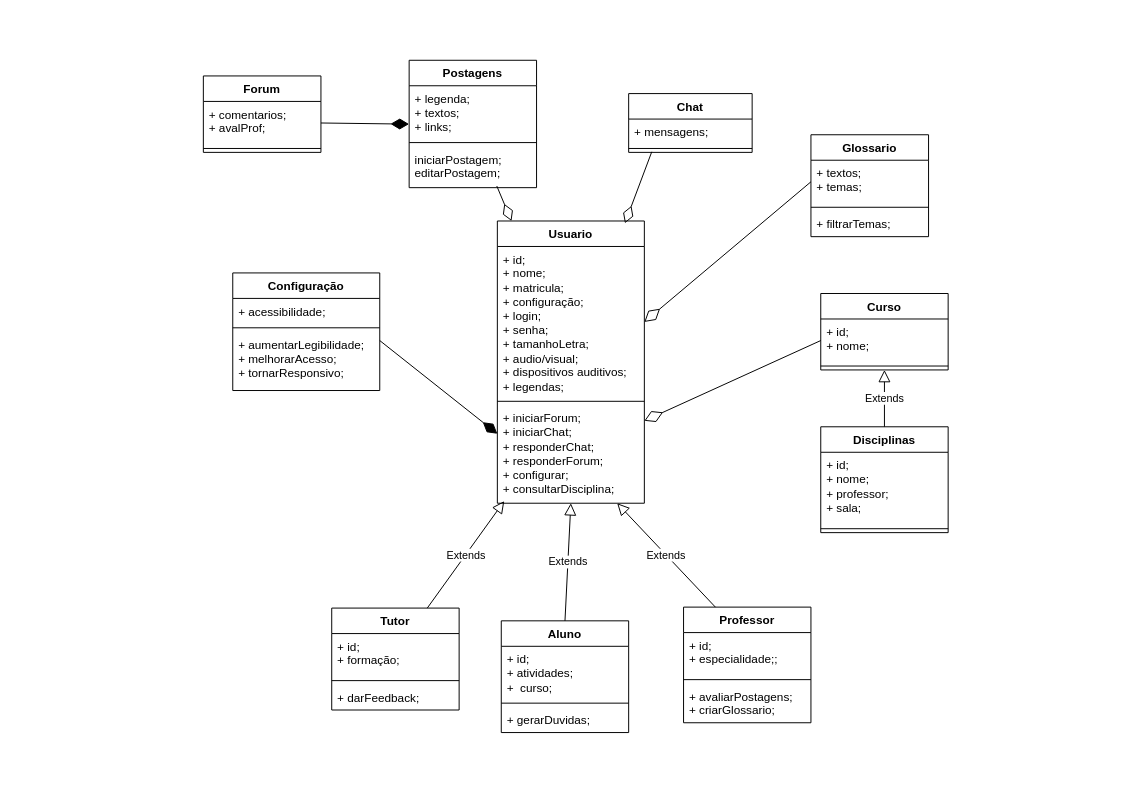
Earlier version of the draw.io diagram Diagrama Relacional.drawio (arianamesquita/IFCoders). Source tidied: cells renumbered, new cells numbered last; positions are measured from the earlier drawing's top-left corner, leaving out a move shared by most shapes. Both pictures are drawn from the tidied source at 98%, with x=0, y=0 at pixel (203, 60).
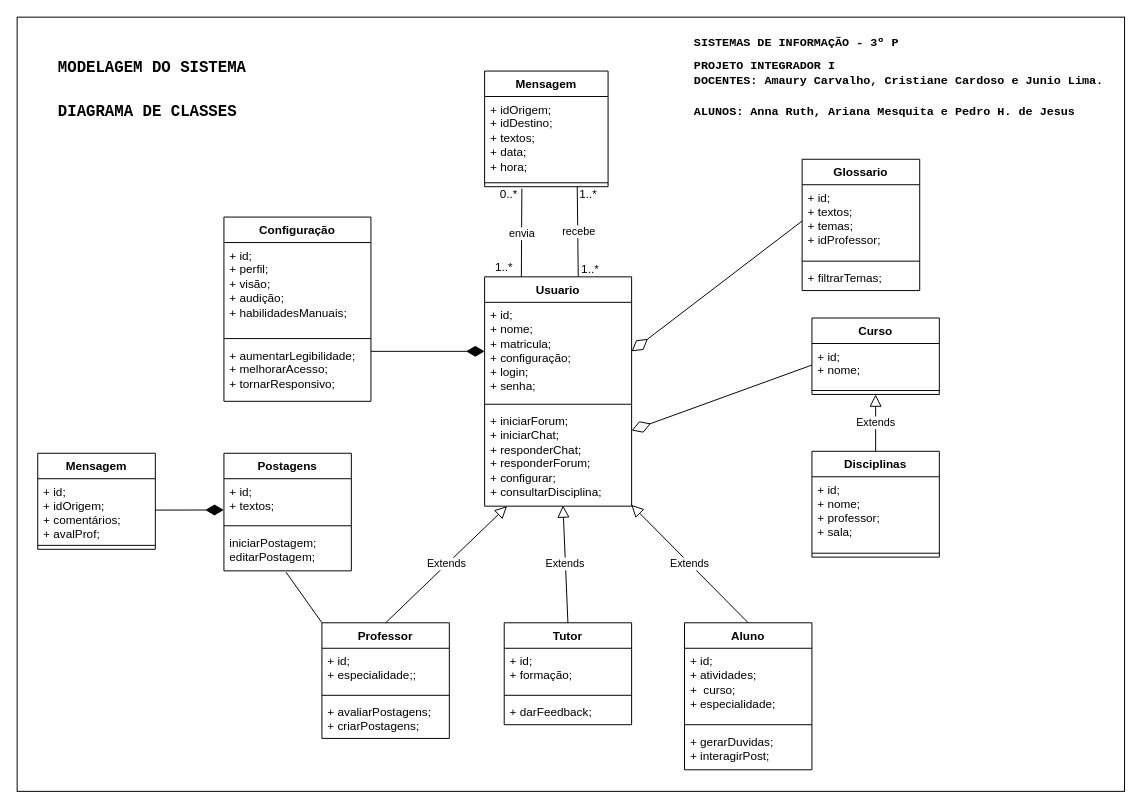
After the change.

Change to the diagram source:
```diff
@@
     <mxCell id="2" value="Aluno" style="swimlane;fontStyle=1;align=center;verticalAlign=top;horizontal=1;startSize=26;whiteSpace=wrap;html=1;" parent="1" vertex="1">
-      <mxGeometry x="304" y="572" width="130" height="114" as="geometry" />
+      <mxGeometry x="491" y="574" width="130" height="150" as="geometry" />
     </mxCell>
-    <mxCell id="3" value="+ id;&lt;br&gt;+ atividades;&lt;br&gt;+&amp;nbsp; curso;" style="text;strokeColor=none;fillColor=none;align=left;verticalAlign=top;spacingLeft=4;spacingRight=4;overflow=hidden;whiteSpace=wrap;html=1;" parent="2" vertex="1">
-      <mxGeometry y="26" width="130" height="54" as="geometry" />
+    <mxCell id="3" value="+ id;&lt;br&gt;+ atividades;&lt;br&gt;+&amp;nbsp; curso;&lt;br&gt;+ especialidade;" style="text;strokeColor=none;fillColor=none;align=left;verticalAlign=top;spacingLeft=4;spacingRight=4;overflow=hidden;whiteSpace=wrap;html=1;" parent="2" vertex="1">
+      <mxGeometry y="26" width="130" height="74" as="geometry" />
     </mxCell>
     <mxCell id="4" style="line;strokeWidth=1;fillColor=none;align=left;verticalAlign=middle;spacingTop=-1;spacingLeft=3;spacingRight=3;labelPosition=right;strokeColor=inherit;" parent="2" vertex="1">
-      <mxGeometry y="80" width="130" height="8" as="geometry" />
+      <mxGeometry y="100" width="130" height="8" as="geometry" />
     </mxCell>
-    <mxCell id="5" value="+ gerarDuvidas;" style="text;strokeColor=none;fillColor=none;align=left;verticalAlign=top;spacingLeft=4;spacingRight=4;overflow=hidden;whiteSpace=wrap;html=1;" parent="2" vertex="1">
-      <mxGeometry y="88" width="130" height="26" as="geometry" />
+    <mxCell id="5" value="+ gerarDuvidas;&lt;br&gt;+ interagirPost;" style="text;strokeColor=none;fillColor=none;align=left;verticalAlign=top;spacingLeft=4;spacingRight=4;overflow=hidden;whiteSpace=wrap;html=1;" parent="2" vertex="1">
+      <mxGeometry y="108" width="130" height="42" as="geometry" />
     </mxCell>
     <mxCell id="6" value="Usuario" style="swimlane;fontStyle=1;align=center;verticalAlign=top;horizontal=1;startSize=26;whiteSpace=wrap;html=1;" parent="1" vertex="1">
-      <mxGeometry x="300" y="164" width="150" height="288" as="geometry" />
+      <mxGeometry x="287" y="221" width="150" height="234" as="geometry" />
     </mxCell>
-    <mxCell id="7" value="+ id;&lt;br&gt;+ nome;&lt;br&gt;+ matricula;&lt;br&gt;+ configuração;&lt;br&gt;+ login;&lt;br&gt;+ senha;&lt;br&gt;+ tamanhoLetra;&lt;br&gt;+ audio/visual;&lt;br&gt;+ dispositivos auditivos;&lt;br&gt;+ legendas;" style="text;strokeColor=none;fillColor=none;align=left;verticalAlign=top;spacingLeft=4;spacingRight=4;overflow=hidden;points=[[0,0.5],[1,0.5]];portConstraint=eastwest;whiteSpace=wrap;html=1;" parent="6" vertex="1">
-      <mxGeometry y="26" width="150" height="154" as="geometry" />
+    <mxCell id="7" value="+ id;&lt;br&gt;+ nome;&lt;br&gt;+ matricula;&lt;br&gt;+ configuração;&lt;br&gt;+ login;&lt;br&gt;+ senha;&lt;br&gt;" style="text;strokeColor=none;fillColor=none;align=left;verticalAlign=top;spacingLeft=4;spacingRight=4;overflow=hidden;points=[[0,0.5],[1,0.5]];portConstraint=eastwest;whiteSpace=wrap;html=1;" parent="6" vertex="1">
+      <mxGeometry y="26" width="150" height="100" as="geometry" />
     </mxCell>
     <mxCell id="8" style="line;strokeWidth=1;fillColor=none;align=left;verticalAlign=middle;spacingTop=-1;spacingLeft=3;spacingRight=3;labelPosition=right;strokeColor=inherit;" parent="6" vertex="1">
-      <mxGeometry y="180" width="150" height="8" as="geometry" />
+      <mxGeometry y="126" width="150" height="8" as="geometry" />
     </mxCell>
     <mxCell id="9" value="+ iniciarForum;&lt;br&gt;+ iniciarChat;&lt;br&gt;+ responderChat;&lt;br&gt;+ responderForum;&lt;br&gt;+ configurar;&lt;br&gt;+ consultarDisciplina;" style="text;strokeColor=none;fillColor=none;align=left;verticalAlign=top;spacingLeft=4;spacingRight=4;overflow=hidden;points=[[0,0.5],[1,0.5]];portConstraint=eastwest;whiteSpace=wrap;html=1;" parent="6" vertex="1">
-      <mxGeometry y="188" width="150" height="100" as="geometry" />
+      <mxGeometry y="134" width="150" height="100" as="geometry" />
     </mxCell>
     <mxCell id="10" value="Tutor" style="swimlane;fontStyle=1;align=center;verticalAlign=top;horizontal=1;startSize=26;whiteSpace=wrap;html=1;" parent="1" vertex="1">
-      <mxGeometry x="131" y="559" width="130" height="104" as="geometry" />
+      <mxGeometry x="307" y="574" width="130" height="104" as="geometry" />
     </mxCell>
@@
     <mxCell id="14" value="Professor" style="swimlane;fontStyle=1;align=center;verticalAlign=top;horizontal=1;startSize=26;whiteSpace=wrap;html=1;" parent="1" vertex="1">
-      <mxGeometry x="490" y="558" width="130" height="118" as="geometry" />
+      <mxGeometry x="121" y="574" width="130" height="118" as="geometry" />
     </mxCell>
@@
-    <mxCell id="17" value="+ avaliarPostagens;&lt;br&gt;+ criarGlossario;" style="text;strokeColor=none;fillColor=none;align=left;verticalAlign=top;spacingLeft=4;spacingRight=4;overflow=hidden;whiteSpace=wrap;html=1;" parent="14" vertex="1">
+    <mxCell id="17" value="+ avaliarPostagens;&lt;br&gt;+ criarPostagens;" style="text;strokeColor=none;fillColor=none;align=left;verticalAlign=top;spacingLeft=4;spacingRight=4;overflow=hidden;whiteSpace=wrap;html=1;" parent="14" vertex="1">
       <mxGeometry y="78" width="130" height="40" as="geometry" />
     </mxCell>
-    <mxCell id="18" value="Extends" style="endArrow=block;endSize=10;endFill=0;html=1;rounded=0;exitX=0.75;exitY=0;exitDx=0;exitDy=0;entryX=0.047;entryY=0.978;entryDx=0;entryDy=0;entryPerimeter=0;" parent="1" edge="1" source="10" target="9">
+    <mxCell id="18" value="Extends" style="endArrow=block;endSize=10;endFill=0;html=1;rounded=0;exitX=0.5;exitY=0;exitDx=0;exitDy=0;entryX=0.533;entryY=0.992;entryDx=0;entryDy=0;entryPerimeter=0;" parent="1" edge="1" source="10" target="9">
       <mxGeometry relative="1" as="geometry" />
     </mxCell>
-    <mxCell id="19" value="Extends" style="endArrow=block;endSize=10;endFill=0;html=1;rounded=0;exitX=0.5;exitY=0;exitDx=0;exitDy=0;entryX=0.5;entryY=1;entryDx=0;entryDy=0;" parent="1" edge="1" source="2" target="6">
+    <mxCell id="19" value="Extends" style="endArrow=block;endSize=10;endFill=0;html=1;rounded=0;exitX=0.5;exitY=0;exitDx=0;exitDy=0;entryX=0.998;entryY=0.986;entryDx=0;entryDy=0;entryPerimeter=0;" parent="1" edge="1" source="2" target="9">
       <mxGeometry relative="1" as="geometry" />
     </mxCell>
-    <mxCell id="20" value="Extends" style="endArrow=block;endSize=10;endFill=0;html=1;rounded=0;exitX=0.25;exitY=0;exitDx=0;exitDy=0;" parent="1" edge="1" source="14" target="9">
+    <mxCell id="20" value="Extends" style="endArrow=block;endSize=10;endFill=0;html=1;rounded=0;exitX=0.5;exitY=0;exitDx=0;exitDy=0;" parent="1" edge="1" source="14" target="9">
       <mxGeometry relative="1" as="geometry" />
     </mxCell>
     <mxCell id="21" value="Configuração" style="swimlane;fontStyle=1;align=center;verticalAlign=top;horizontal=1;startSize=26;whiteSpace=wrap;html=1;" parent="1" vertex="1">
-      <mxGeometry x="30" y="217" width="150" height="120" as="geometry" />
+      <mxGeometry x="21" y="160" width="150" height="188" as="geometry" />
     </mxCell>
-    <mxCell id="22" value="+ acessibilidade;" style="text;strokeColor=none;fillColor=none;align=left;verticalAlign=top;spacingLeft=4;spacingRight=4;overflow=hidden;whiteSpace=wrap;html=1;" parent="21" vertex="1">
-      <mxGeometry y="26" width="150" height="26" as="geometry" />
+    <mxCell id="22" value="+ id;&lt;br&gt;+ perfil;&lt;br&gt;+ visão;&lt;br&gt;+ audição;&lt;br&gt;+ habilidadesManuais;" style="text;strokeColor=none;fillColor=none;align=left;verticalAlign=top;spacingLeft=4;spacingRight=4;overflow=hidden;whiteSpace=wrap;html=1;" parent="21" vertex="1">
+      <mxGeometry y="26" width="150" height="94" as="geometry" />
     </mxCell>
     <mxCell id="23" style="line;strokeWidth=1;fillColor=none;align=left;verticalAlign=middle;spacingTop=-1;spacingLeft=3;spacingRight=3;labelPosition=right;strokeColor=inherit;" parent="21" vertex="1">
-      <mxGeometry y="52" width="150" height="8" as="geometry" />
+      <mxGeometry y="120" width="150" height="8" as="geometry" />
     </mxCell>
     <mxCell id="24" value="+ aumentarLegibilidade;&lt;br&gt;+ melhorarAcesso;&lt;br&gt;+ tornarResponsivo;" style="text;strokeColor=none;fillColor=none;align=left;verticalAlign=top;spacingLeft=4;spacingRight=4;overflow=hidden;points=[[0,0.5],[1,0.5]];portConstraint=eastwest;whiteSpace=wrap;html=1;" parent="21" vertex="1">
-      <mxGeometry y="60" width="150" height="60" as="geometry" />
+      <mxGeometry y="128" width="150" height="60" as="geometry" />
     </mxCell>
-    <mxCell id="25" style="endArrow=diamondThin;endFill=1;endSize=16;html=1;rounded=0;entryX=0;entryY=0.291;entryDx=0;entryDy=0;entryPerimeter=0;exitX=1;exitY=0.15;exitDx=0;exitDy=0;exitPerimeter=0;" parent="1" edge="1" source="24" target="9">
+    <mxCell id="25" style="endArrow=diamondThin;endFill=1;endSize=16;html=1;rounded=0;entryX=0;entryY=0.5;entryDx=0;entryDy=0;exitX=1;exitY=0.15;exitDx=0;exitDy=0;exitPerimeter=0;" parent="1" edge="1" source="24" target="7">
       <mxGeometry relative="1" as="geometry" />
     </mxCell>
     <mxCell id="26" value="Postagens" style="swimlane;fontStyle=1;align=center;verticalAlign=top;horizontal=1;startSize=26;whiteSpace=wrap;html=1;" parent="1" vertex="1">
-      <mxGeometry x="210" width="130" height="130" as="geometry" />
+      <mxGeometry x="21" y="401" width="130" height="120" as="geometry" />
     </mxCell>
-    <mxCell id="27" value="+ legenda;&lt;br&gt;+ textos;&lt;br&gt;+ links;" style="text;strokeColor=none;fillColor=none;align=left;verticalAlign=top;spacingLeft=4;spacingRight=4;overflow=hidden;points=[[0,0.5],[1,0.5]];portConstraint=eastwest;whiteSpace=wrap;html=1;" parent="26" vertex="1">
-      <mxGeometry y="26" width="130" height="54" as="geometry" />
+    <mxCell id="27" value="+ id;&lt;br&gt;+ textos;" style="text;strokeColor=none;fillColor=none;align=left;verticalAlign=top;spacingLeft=4;spacingRight=4;overflow=hidden;points=[[0,0.5],[1,0.5]];portConstraint=eastwest;whiteSpace=wrap;html=1;" parent="26" vertex="1">
+      <mxGeometry y="26" width="130" height="44" as="geometry" />
     </mxCell>
     <mxCell id="28" style="line;strokeWidth=1;fillColor=none;align=left;verticalAlign=middle;spacingTop=-1;spacingLeft=3;spacingRight=3;labelPosition=right;strokeColor=inherit;" parent="26" vertex="1">
-      <mxGeometry y="80" width="130" height="8" as="geometry" />
+      <mxGeometry y="70" width="130" height="8" as="geometry" />
     </mxCell>
     <mxCell id="29" value="iniciarPostagem;&lt;br&gt;editarPostagem;" style="text;strokeColor=none;fillColor=none;align=left;verticalAlign=top;spacingLeft=4;spacingRight=4;overflow=hidden;points=[[0,0.5],[1,0.5]];portConstraint=eastwest;whiteSpace=wrap;html=1;" parent="26" vertex="1">
-      <mxGeometry y="88" width="130" height="42" as="geometry" />
+      <mxGeometry y="78" width="130" height="42" as="geometry" />
     </mxCell>
-    <mxCell id="30" value="Forum" style="swimlane;fontStyle=1;align=center;verticalAlign=top;horizontal=1;startSize=26;whiteSpace=wrap;html=1;" parent="1" vertex="1">
-      <mxGeometry y="16" width="120" height="78" as="geometry" />
+    <mxCell id="30" value="Mensagem" style="swimlane;fontStyle=1;align=center;verticalAlign=top;horizontal=1;startSize=26;whiteSpace=wrap;html=1;" parent="1" vertex="1">
+      <mxGeometry x="-169" y="401" width="120" height="98" as="geometry" />
     </mxCell>
-    <mxCell id="31" value="+ comentarios;&lt;br&gt;+ avalProf;" style="text;strokeColor=none;fillColor=none;align=left;verticalAlign=top;spacingLeft=4;spacingRight=4;overflow=hidden;points=[[0,0.5],[1,0.5]];portConstraint=eastwest;whiteSpace=wrap;html=1;" parent="30" vertex="1">
-      <mxGeometry y="26" width="120" height="44" as="geometry" />
+    <mxCell id="31" value="+ id;&lt;br&gt;+ idOrigem;&lt;br&gt;+ comentários;&lt;br&gt;+ avalProf;" style="text;strokeColor=none;fillColor=none;align=left;verticalAlign=top;spacingLeft=4;spacingRight=4;overflow=hidden;points=[[0,0.5],[1,0.5]];portConstraint=eastwest;whiteSpace=wrap;html=1;" parent="30" vertex="1">
+      <mxGeometry y="26" width="120" height="64" as="geometry" />
     </mxCell>
     <mxCell id="32" style="line;strokeWidth=1;fillColor=none;align=left;verticalAlign=middle;spacingTop=-1;spacingLeft=3;spacingRight=3;labelPosition=right;strokeColor=inherit;" parent="30" vertex="1">
-      <mxGeometry y="70" width="120" height="8" as="geometry" />
+      <mxGeometry y="90" width="120" height="8" as="geometry" />
     </mxCell>
@@
-    <mxCell id="34" value="Chat" style="swimlane;fontStyle=1;align=center;verticalAlign=top;horizontal=1;startSize=26;whiteSpace=wrap;html=1;" parent="1" vertex="1">
-      <mxGeometry x="434" y="34" width="126" height="60" as="geometry" />
+    <mxCell id="34" value="Mensagem" style="swimlane;fontStyle=1;align=center;verticalAlign=top;horizontal=1;startSize=26;whiteSpace=wrap;html=1;" parent="1" vertex="1">
+      <mxGeometry x="287" y="11" width="126" height="118" as="geometry" />
     </mxCell>
-    <mxCell id="35" value="+ mensagens;" style="text;strokeColor=none;fillColor=none;align=left;verticalAlign=top;spacingLeft=4;spacingRight=4;overflow=hidden;whiteSpace=wrap;html=1;" parent="34" vertex="1">
-      <mxGeometry y="26" width="126" height="26" as="geometry" />
+    <mxCell id="35" value="+ idOrigem;&lt;br&gt;+ idDestino;&lt;br&gt;+ textos;&lt;br&gt;+ data;&lt;br&gt;+ hora;" style="text;strokeColor=none;fillColor=none;align=left;verticalAlign=top;spacingLeft=4;spacingRight=4;overflow=hidden;whiteSpace=wrap;html=1;" parent="34" vertex="1">
+      <mxGeometry y="26" width="126" height="84" as="geometry" />
     </mxCell>
     <mxCell id="36" style="line;strokeWidth=1;fillColor=none;align=left;verticalAlign=middle;spacingTop=-1;spacingLeft=3;spacingRight=3;labelPosition=right;points=[];portConstraint=eastwest;strokeColor=inherit;" parent="34" vertex="1">
-      <mxGeometry y="52" width="126" height="8" as="geometry" />
+      <mxGeometry y="110" width="126" height="8" as="geometry" />
     </mxCell>
-    <mxCell id="37" style="endArrow=diamondThin;endFill=0;endSize=16;html=1;rounded=0;exitX=0.688;exitY=0.96;exitDx=0;exitDy=0;exitPerimeter=0;" parent="1" edge="1" source="29" target="6">
-      <mxGeometry relative="1" as="geometry" />
-    </mxCell>
-    <mxCell id="38" style="endArrow=diamondThin;endFill=0;endSize=16;html=1;rounded=0;exitX=0.187;exitY=0.926;exitDx=0;exitDy=0;exitPerimeter=0;entryX=0.868;entryY=0.008;entryDx=0;entryDy=0;entryPerimeter=0;" parent="1" edge="1" source="36" target="6">
-      <mxGeometry relative="1" as="geometry" />
-    </mxCell>
     <mxCell id="39" value="Glossario" style="swimlane;fontStyle=1;align=center;verticalAlign=top;horizontal=1;startSize=26;whiteSpace=wrap;html=1;" parent="1" vertex="1">
-      <mxGeometry x="620" y="76" width="120" height="104" as="geometry" />
+      <mxGeometry x="611" y="101" width="120" height="134" as="geometry" />
     </mxCell>
-    <mxCell id="40" value="+ textos;&lt;br&gt;+ temas;" style="text;strokeColor=none;fillColor=none;align=left;verticalAlign=top;spacingLeft=4;spacingRight=4;overflow=hidden;points=[[0,0.5],[1,0.5]];portConstraint=eastwest;whiteSpace=wrap;html=1;" parent="39" vertex="1">
-      <mxGeometry y="26" width="120" height="44" as="geometry" />
+    <mxCell id="40" value="+ id;&lt;br&gt;+ textos;&lt;br&gt;+ temas;&lt;br&gt;+ idProfessor;" style="text;strokeColor=none;fillColor=none;align=left;verticalAlign=top;spacingLeft=4;spacingRight=4;overflow=hidden;points=[[0,0.5],[1,0.5]];portConstraint=eastwest;whiteSpace=wrap;html=1;" parent="39" vertex="1">
+      <mxGeometry y="26" width="120" height="74" as="geometry" />
     </mxCell>
     <mxCell id="41" style="line;strokeWidth=1;fillColor=none;align=left;verticalAlign=middle;spacingTop=-1;spacingLeft=3;spacingRight=3;labelPosition=right;strokeColor=inherit;" parent="39" vertex="1">
-      <mxGeometry y="70" width="120" height="8" as="geometry" />
+      <mxGeometry y="100" width="120" height="8" as="geometry" />
     </mxCell>
     <mxCell id="42" value="+ filtrarTemas;" style="text;strokeColor=none;fillColor=none;align=left;verticalAlign=top;spacingLeft=4;spacingRight=4;overflow=hidden;whiteSpace=wrap;html=1;" parent="39" vertex="1">
-      <mxGeometry y="78" width="120" height="26" as="geometry" />
+      <mxGeometry y="108" width="120" height="26" as="geometry" />
     </mxCell>
@@
     <mxCell id="44" value="Curso" style="swimlane;fontStyle=1;align=center;verticalAlign=top;horizontal=1;startSize=26;whiteSpace=wrap;html=1;" parent="1" vertex="1">
-      <mxGeometry x="630" y="238" width="130" height="78" as="geometry" />
+      <mxGeometry x="621" y="263" width="130" height="78" as="geometry" />
     </mxCell>
@@
     <mxCell id="47" value="Disciplinas" style="swimlane;fontStyle=1;align=center;verticalAlign=top;horizontal=1;startSize=26;whiteSpace=wrap;html=1;" parent="1" vertex="1">
-      <mxGeometry x="630" y="374" width="130" height="108" as="geometry" />
+      <mxGeometry x="621" y="399" width="130" height="108" as="geometry" />
     </mxCell>
@@
+    <mxCell id="52" style="endArrow=none;html=1;rounded=0;exitX=0.25;exitY=0;exitDx=0;exitDy=0;endFill=0;" parent="1" edge="1" source="6">
+      <mxGeometry relative="1" as="geometry">
+        <mxPoint x="325" y="131" as="targetPoint" />
+      </mxGeometry>
+    </mxCell>
+    <mxCell id="53" value="envia" style="edgeLabel;html=1;align=center;verticalAlign=middle;" parent="52" vertex="1">
+      <mxGeometry relative="1" as="geometry" />
+    </mxCell>
+    <mxCell id="54" style="endArrow=none;html=1;rounded=0;entryX=0.75;entryY=1;entryDx=0;entryDy=0;endFill=0;exitX=0.637;exitY=-0.001;exitDx=0;exitDy=0;exitPerimeter=0;" parent="1" edge="1" source="6" target="34">
+      <mxGeometry relative="1" as="geometry" />
+    </mxCell>
+    <mxCell id="55" value="recebe" style="edgeLabel;html=1;align=center;verticalAlign=middle;" parent="54" vertex="1">
+      <mxGeometry relative="1" as="geometry" />
+    </mxCell>
+    <mxCell id="56" value="1..*" style="text;html=1;strokeColor=none;fillColor=none;align=center;verticalAlign=middle;whiteSpace=wrap;rounded=0;" parent="1" vertex="1">
+      <mxGeometry x="363" y="122" width="60" height="30" as="geometry" />
+    </mxCell>
+    <mxCell id="57" value="1..*" style="text;html=1;strokeColor=none;fillColor=none;align=center;verticalAlign=middle;whiteSpace=wrap;rounded=0;" parent="1" vertex="1">
+      <mxGeometry x="365" y="199" width="60" height="30" as="geometry" />
+    </mxCell>
+    <mxCell id="58" value="0..*" style="text;html=1;strokeColor=none;fillColor=none;align=center;verticalAlign=middle;whiteSpace=wrap;rounded=0;" parent="1" vertex="1">
+      <mxGeometry x="292" y="122" width="40" height="30" as="geometry" />
+    </mxCell>
+    <mxCell id="59" value="1..*" style="text;html=1;strokeColor=none;fillColor=none;align=center;verticalAlign=middle;whiteSpace=wrap;rounded=0;" parent="1" vertex="1">
+      <mxGeometry x="277" y="197" width="60" height="30" as="geometry" />
+    </mxCell>
+    <mxCell id="60" style="endArrow=none;html=1;rounded=0;entryX=0;entryY=0;entryDx=0;entryDy=0;exitX=0.487;exitY=1.032;exitDx=0;exitDy=0;exitPerimeter=0;" parent="1" edge="1" source="29" target="14">
+      <mxGeometry relative="1" as="geometry" />
+    </mxCell>
+    <mxCell id="61" value="&lt;h1 style=&quot;font-size: 12px;&quot;&gt;&lt;font style=&quot;font-size: 12px;&quot; face=&quot;Courier New&quot;&gt;SISTEMAS DE INFORMAÇÃO - 3º P&lt;/font&gt;&lt;/h1&gt;&lt;div style=&quot;font-size: 12px;&quot;&gt;&lt;font style=&quot;font-size: 12px;&quot; face=&quot;Courier New&quot;&gt;&lt;b style=&quot;font-size: 12px;&quot;&gt;PROJETO INTEGRADOR I&lt;/b&gt;&lt;/font&gt;&lt;/div&gt;&lt;div style=&quot;font-size: 12px;&quot;&gt;&lt;font face=&quot;Courier New&quot; style=&quot;font-size: 12px;&quot;&gt;&lt;b style=&quot;font-size: 12px;&quot;&gt;DOCENTES: Amaury Carvalho, Cristiane Cardoso e Junio Lima.&lt;/b&gt;&lt;/font&gt;&lt;/div&gt;&lt;div style=&quot;font-size: 12px;&quot;&gt;&lt;font face=&quot;Courier New&quot; style=&quot;font-size: 12px;&quot;&gt;&lt;b style=&quot;font-size: 12px;&quot;&gt;&lt;br style=&quot;font-size: 12px;&quot;&gt;&lt;/b&gt;&lt;/font&gt;&lt;/div&gt;&lt;div style=&quot;font-size: 12px;&quot;&gt;&lt;font face=&quot;Courier New&quot; style=&quot;font-size: 12px;&quot;&gt;&lt;b style=&quot;font-size: 12px;&quot;&gt;ALUNOS: Anna Ruth, Ariana Mesquita e Pedro H. de Jesus&amp;nbsp;&lt;/b&gt;&lt;/font&gt;&lt;b style=&quot;font-family: &amp;quot;Courier New&amp;quot;; background-color: initial; font-size: 12px;&quot;&gt;&amp;nbsp;&lt;/b&gt;&lt;/div&gt;" style="text;html=1;strokeColor=none;fillColor=none;spacing=5;spacingTop=-20;whiteSpace=wrap;overflow=hidden;rounded=0;fontSize=12;" parent="1" vertex="1">
+      <mxGeometry x="496" y="-23" width="439" height="110" as="geometry" />
+    </mxCell>
+    <mxCell id="62" value="&lt;h1&gt;&lt;font style=&quot;font-size: 16px;&quot; face=&quot;Courier New&quot;&gt;MODELAGEM DO SISTEMA&lt;/font&gt;&lt;/h1&gt;&lt;h1&gt;&lt;font style=&quot;font-size: 16px;&quot; face=&quot;Courier New&quot;&gt;DIAGRAMA DE CLASSES&lt;/font&gt;&lt;/h1&gt;" style="text;html=1;strokeColor=none;fillColor=none;spacing=5;spacingTop=-20;whiteSpace=wrap;overflow=hidden;rounded=0;" parent="1" vertex="1">
+      <mxGeometry x="-153" y="-16" width="517" height="85" as="geometry" />
+    </mxCell>
+    <mxCell id="63" style="rounded=0;whiteSpace=wrap;html=1;fillColor=none;" parent="1" vertex="1">
+      <mxGeometry x="-190" y="-44" width="1130" height="790" as="geometry" />
+    </mxCell>
```
